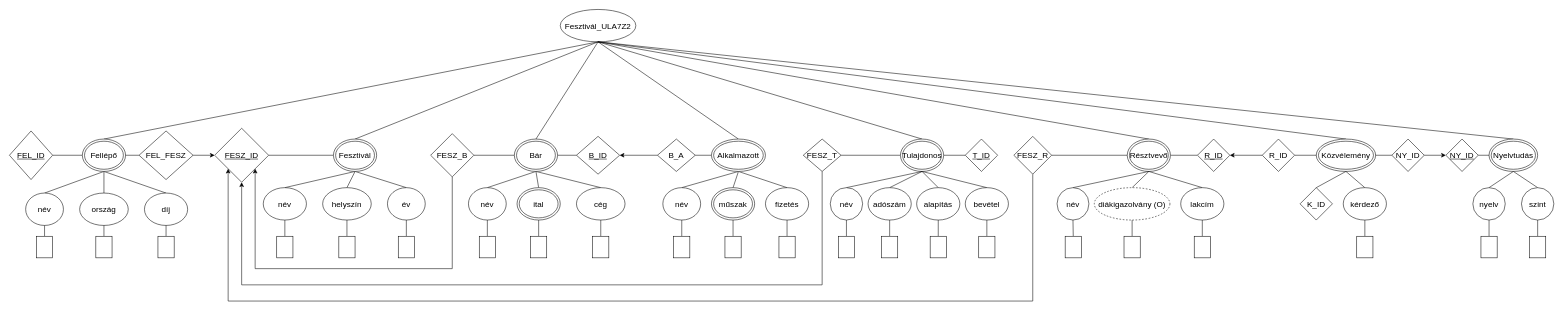
Earlier version of the draw.io diagram ULA7Z2_1018/XDMULA7Z2.drawio (KeresztesIulia/ULA7Z2_XMLGyak). Source tidied: cells renumbered, new cells numbered last; positions are measured from the earlier drawing's top-left corner, leaving out a move shared by most shapes. Both pictures are drawn from the tidied source at 54%, with x=0, y=0 at pixel (9, 9).
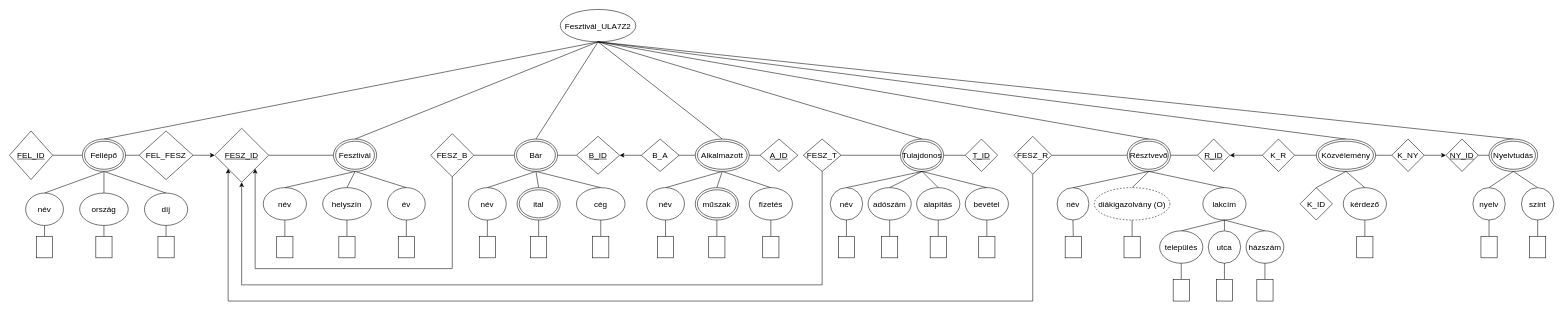
The same page after the edit.

Unchanged cells that the change refers to:
```xml
<mxCell id="40" value="&lt;u&gt;B_ID&lt;/u&gt;" style="rhombus;whiteSpace=wrap;html=1;fontSize=15;" parent="1" vertex="1">
  <mxGeometry x="1050" y="235" width="80" height="70" as="geometry" />
</mxCell>
```

The edit, as a diff of the source:
```diff
@@
-    <mxCell id="47" style="edgeStyle=orthogonalEdgeStyle;rounded=0;jettySize=auto;html=1;exitX=0;exitY=0.5;exitDx=0;exitDy=0;entryX=1;entryY=0.5;entryDx=0;entryDy=0;" parent="1" edge="1" source="49" target="40">
+    <mxCell id="47" style="rounded=0;jettySize=auto;html=1;exitX=0;exitY=0.5;exitDx=0;exitDy=0;entryX=1;entryY=0.5;entryDx=0;entryDy=0;endArrow=classic;endFill=1;" parent="1" edge="1" source="49" target="40">
       <mxGeometry relative="1" as="geometry" />
     </mxCell>
@@
     <mxCell id="49" value="B_A" style="rhombus;whiteSpace=wrap;html=1;fontSize=15;" parent="1" vertex="1">
-      <mxGeometry x="1200" y="240" width="70" height="60" as="geometry" />
+      <mxGeometry x="1170" y="240" width="70" height="60" as="geometry" />
     </mxCell>
@@
     <mxCell id="51" value="név" style="ellipse;whiteSpace=wrap;html=1;fontSize=15;" parent="1" vertex="1">
-      <mxGeometry x="1210" y="330" width="70" height="60" as="geometry" />
+      <mxGeometry x="1180" y="330" width="70" height="60" as="geometry" />
     </mxCell>
@@
     <mxCell id="53" value="műszak" style="ellipse;shape=doubleEllipse;whiteSpace=wrap;html=1;fontSize=15;" parent="1" vertex="1">
-      <mxGeometry x="1300" y="330" width="80" height="60" as="geometry" />
+      <mxGeometry x="1270" y="330" width="80" height="60" as="geometry" />
     </mxCell>
@@
     <mxCell id="55" value="fizetés" style="ellipse;whiteSpace=wrap;html=1;fontSize=15;" parent="1" vertex="1">
-      <mxGeometry x="1400" y="330" width="80" height="60" as="geometry" />
+      <mxGeometry x="1370" y="330" width="80" height="60" as="geometry" />
     </mxCell>
@@
+    <mxCell id="142" style="rounded=0;jettySize=auto;html=1;exitX=1;exitY=0.5;exitDx=0;exitDy=0;entryX=0;entryY=0.5;entryDx=0;entryDy=0;endArrow=none;endFill=0;" parent="1" edge="1" source="62" target="155">
+      <mxGeometry relative="1" as="geometry" />
+    </mxCell>
     <mxCell id="62" value="Alkalmazott" style="ellipse;shape=doubleEllipse;whiteSpace=wrap;html=1;fontSize=15;" parent="1" vertex="1">
-      <mxGeometry x="1300" y="240" width="100" height="60" as="geometry" />
+      <mxGeometry x="1270" y="240" width="100" height="60" as="geometry" />
     </mxCell>
@@
     <mxCell id="87" value="lakcím" style="ellipse;whiteSpace=wrap;html=1;fontSize=15;" parent="1" vertex="1">
-      <mxGeometry x="2169" y="330" width="80" height="60" as="geometry" />
+      <mxGeometry x="2210" y="330" width="80" height="60" as="geometry" />
     </mxCell>
@@
-    <mxCell id="90" value="R_ID" style="rhombus;whiteSpace=wrap;html=1;fontSize=15;" parent="1" vertex="1">
+    <mxCell id="90" value="K_R" style="rhombus;whiteSpace=wrap;html=1;fontSize=15;" parent="1" vertex="1">
       <mxGeometry x="2320" y="240" width="60" height="60" as="geometry" />
     </mxCell>
@@
-    <mxCell id="93" value="NY_ID" style="rhombus;whiteSpace=wrap;html=1;fontSize=15;" parent="1" vertex="1">
+    <mxCell id="93" value="K_NY" style="rhombus;whiteSpace=wrap;html=1;fontSize=15;" parent="1" vertex="1">
       <mxGeometry x="2560" y="240" width="60" height="60" as="geometry" />
     </mxCell>
@@
     <mxCell id="117" style="rounded=0;whiteSpace=wrap;html=1;" parent="1" vertex="1">
-      <mxGeometry x="1230" y="420" width="30" height="40" as="geometry" />
+      <mxGeometry x="1200" y="420" width="30" height="40" as="geometry" />
     </mxCell>
@@
     <mxCell id="119" style="rounded=0;whiteSpace=wrap;html=1;" parent="1" vertex="1">
-      <mxGeometry x="1325" y="420" width="30" height="40" as="geometry" />
+      <mxGeometry x="1295" y="420" width="30" height="40" as="geometry" />
     </mxCell>
@@
     <mxCell id="121" style="rounded=0;whiteSpace=wrap;html=1;" parent="1" vertex="1">
-      <mxGeometry x="1425" y="420" width="30" height="40" as="geometry" />
+      <mxGeometry x="1395" y="420" width="30" height="40" as="geometry" />
     </mxCell>
@@
-    <mxCell id="134" style="rounded=0;jettySize=auto;html=1;exitX=0.5;exitY=0;exitDx=0;exitDy=0;entryX=0.5;entryY=1;entryDx=0;entryDy=0;endArrow=none;endFill=0;" parent="1" edge="1" source="135" target="87">
-      <mxGeometry relative="1" as="geometry" />
-    </mxCell>
-    <mxCell id="135" style="rounded=0;whiteSpace=wrap;html=1;" parent="1" vertex="1">
-      <mxGeometry x="2194" y="420" width="30" height="40" as="geometry" />
-    </mxCell>
@@
+    <mxCell id="143" style="rounded=0;jettySize=auto;html=1;exitX=0.5;exitY=0;exitDx=0;exitDy=0;entryX=0.5;entryY=1;entryDx=0;entryDy=0;endArrow=none;endFill=0;" parent="1" edge="1" source="144" target="87">
+      <mxGeometry relative="1" as="geometry" />
+    </mxCell>
+    <mxCell id="144" value="település" style="ellipse;whiteSpace=wrap;html=1;fontSize=15;" parent="1" vertex="1">
+      <mxGeometry x="2130" y="410" width="80" height="60" as="geometry" />
+    </mxCell>
+    <mxCell id="145" style="rounded=0;jettySize=auto;html=1;exitX=0.5;exitY=0;exitDx=0;exitDy=0;entryX=0.5;entryY=1;entryDx=0;entryDy=0;endArrow=none;endFill=0;" parent="1" edge="1" source="146" target="87">
+      <mxGeometry relative="1" as="geometry" />
+    </mxCell>
+    <mxCell id="146" value="utca" style="ellipse;whiteSpace=wrap;html=1;fontSize=15;" parent="1" vertex="1">
+      <mxGeometry x="2220" y="410" width="60" height="60" as="geometry" />
+    </mxCell>
+    <mxCell id="147" style="rounded=0;jettySize=auto;html=1;exitX=0.5;exitY=0;exitDx=0;exitDy=0;entryX=0.5;entryY=1;entryDx=0;entryDy=0;endArrow=none;endFill=0;" parent="1" edge="1" source="148" target="87">
+      <mxGeometry relative="1" as="geometry" />
+    </mxCell>
+    <mxCell id="148" value="házszám" style="ellipse;whiteSpace=wrap;html=1;fontSize=15;" parent="1" vertex="1">
+      <mxGeometry x="2290" y="410" width="70" height="60" as="geometry" />
+    </mxCell>
+    <mxCell id="149" style="rounded=0;jettySize=auto;html=1;exitX=0.5;exitY=0;exitDx=0;exitDy=0;entryX=0.5;entryY=1;entryDx=0;entryDy=0;endArrow=none;endFill=0;" parent="1" edge="1" source="150" target="144">
+      <mxGeometry relative="1" as="geometry" />
+    </mxCell>
+    <mxCell id="150" style="rounded=0;whiteSpace=wrap;html=1;" parent="1" vertex="1">
+      <mxGeometry x="2155" y="500" width="30" height="40" as="geometry" />
+    </mxCell>
+    <mxCell id="151" style="rounded=0;jettySize=auto;html=1;exitX=0.5;exitY=0;exitDx=0;exitDy=0;entryX=0.5;entryY=1;entryDx=0;entryDy=0;endArrow=none;endFill=0;" parent="1" edge="1" source="152" target="146">
+      <mxGeometry relative="1" as="geometry" />
+    </mxCell>
+    <mxCell id="152" style="rounded=0;whiteSpace=wrap;html=1;" parent="1" vertex="1">
+      <mxGeometry x="2235" y="500" width="30" height="40" as="geometry" />
+    </mxCell>
+    <mxCell id="153" style="rounded=0;jettySize=auto;html=1;exitX=0.5;exitY=0;exitDx=0;exitDy=0;entryX=0.5;entryY=1;entryDx=0;entryDy=0;endArrow=none;endFill=0;" parent="1" edge="1" source="154" target="148">
+      <mxGeometry relative="1" as="geometry" />
+    </mxCell>
+    <mxCell id="154" style="rounded=0;whiteSpace=wrap;html=1;" parent="1" vertex="1">
+      <mxGeometry x="2310" y="500" width="30" height="40" as="geometry" />
+    </mxCell>
+    <mxCell id="155" value="&lt;u&gt;A_ID&lt;/u&gt;" style="rhombus;whiteSpace=wrap;html=1;fontSize=15;" parent="1" vertex="1">
+      <mxGeometry x="1390" y="240" width="70" height="60" as="geometry" />
+    </mxCell>
```
